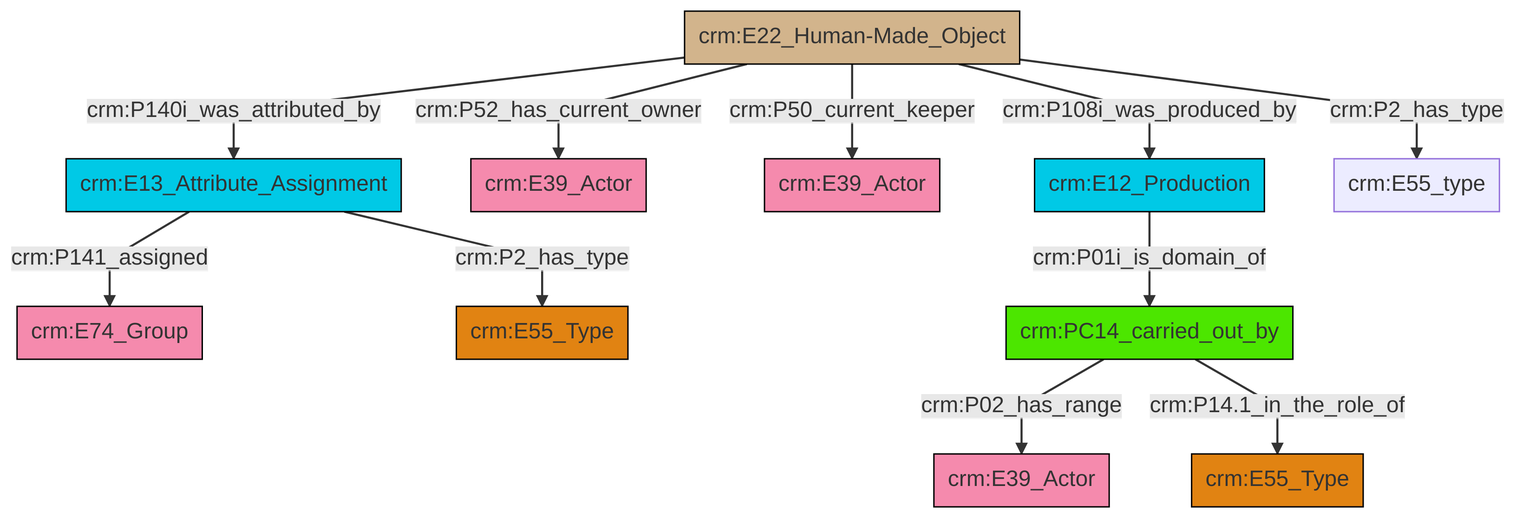
Above: et/artworkCSV/ttl/mmd/png/Artwork_Actor_Relations.png in swiss-art-research-net/reference-data-models (Mermaid), before the change. Its source is kept beside it as et/artworkCSV/ttl/mmd/Artwork_Actor_Relations.ttl.mmd.
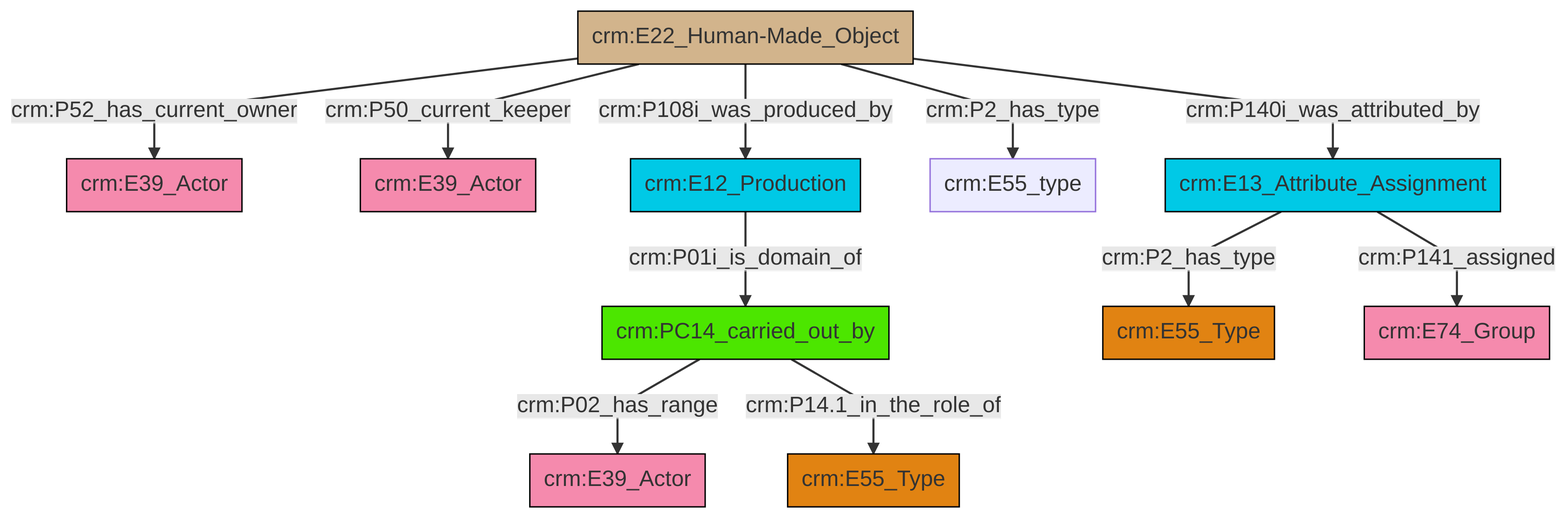
Later version of the same file.

Diff of the diagram source:
```diff
@@ -13,13 +13,13 @@
 classDef PC_Classes fill:#4ce600, stroke:#000000;
 classDef Multi fill:#cccccc,stroke:#000000;
 
-2["crm:E13_Attribute_Assignment"]:::Temporal_Entity -->|crm:P141_assigned| 3["crm:E74_Group"]:::Actor
-7["crm:E22_Human-Made_Object"]:::Physical_Thing -->|crm:P52_has_current_owner| 8["crm:E39_Actor"]:::Actor
-9["crm:PC14_carried_out_by"]:::PC_Classes -->|crm:P02_has_range| 0["crm:E39_Actor"]:::Actor
-7["crm:E22_Human-Made_Object"]:::Physical_Thing -->|crm:P50_current_keeper| 10["crm:E39_Actor"]:::Actor
-9["crm:PC14_carried_out_by"]:::PC_Classes -->|crm:P14.1_in_the_role_of| 11["crm:E55_Type"]:::Type
-2["crm:E13_Attribute_Assignment"]:::Temporal_Entity -->|crm:P2_has_type| 4["crm:E55_Type"]:::Type
-7["crm:E22_Human-Made_Object"]:::Physical_Thing -->|crm:P140i_was_attributed_by| 2["crm:E13_Attribute_Assignment"]:::Temporal_Entity
-7["crm:E22_Human-Made_Object"]:::Physical_Thing -->|crm:P2_has_type| 17["crm:E55_type"]:::Default
-7["crm:E22_Human-Made_Object"]:::Physical_Thing -->|crm:P108i_was_produced_by| 13["crm:E12_Production"]:::Temporal_Entity
-13["crm:E12_Production"]:::Temporal_Entity -->|crm:P01i_is_domain_of| 9["crm:PC14_carried_out_by"]:::PC_Classes
+0["crm:E22_Human-Made_Object"]:::Physical_Thing -->|crm:P52_has_current_owner| 1["crm:E39_Actor"]:::Actor
+2["crm:PC14_carried_out_by"]:::PC_Classes -->|crm:P02_has_range| 6["crm:E39_Actor"]:::Actor
+10["crm:E13_Attribute_Assignment"]:::Temporal_Entity -->|crm:P2_has_type| 4["crm:E55_Type"]:::Type
+0["crm:E22_Human-Made_Object"]:::Physical_Thing -->|crm:P140i_was_attributed_by| 10["crm:E13_Attribute_Assignment"]:::Temporal_Entity
+0["crm:E22_Human-Made_Object"]:::Physical_Thing -->|crm:P2_has_type| 16["crm:E55_type"]:::Default
+10["crm:E13_Attribute_Assignment"]:::Temporal_Entity -->|crm:P141_assigned| 14["crm:E74_Group"]:::Actor
+0["crm:E22_Human-Made_Object"]:::Physical_Thing -->|crm:P50_current_keeper| 8["crm:E39_Actor"]:::Actor
+0["crm:E22_Human-Made_Object"]:::Physical_Thing -->|crm:P108i_was_produced_by| 19["crm:E12_Production"]:::Temporal_Entity
+19["crm:E12_Production"]:::Temporal_Entity -->|crm:P01i_is_domain_of| 2["crm:PC14_carried_out_by"]:::PC_Classes
+2["crm:PC14_carried_out_by"]:::PC_Classes -->|crm:P14.1_in_the_role_of| 12["crm:E55_Type"]:::Type
```
